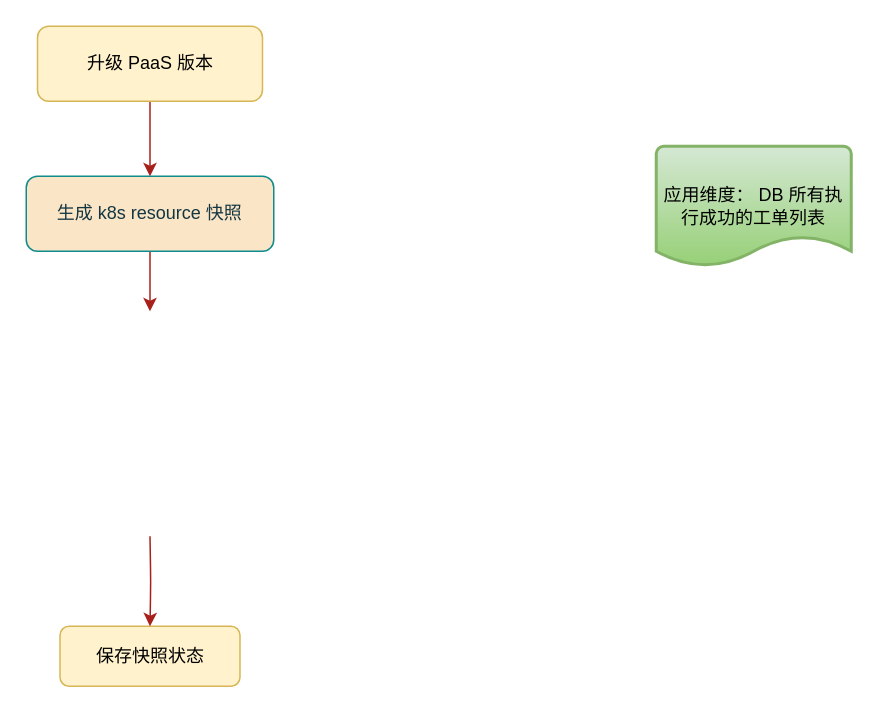
Before: upgrade_paas_flow.drawio in Owenxh/docs, a draw.io diagram. Source tidied: cells renumbered, new cells numbered last; positions are measured from the earlier drawing's top-left corner, leaving out a move shared by most shapes. Both pictures are drawn from the tidied source at 150%, with x=0, y=0 at pixel (26, 26).
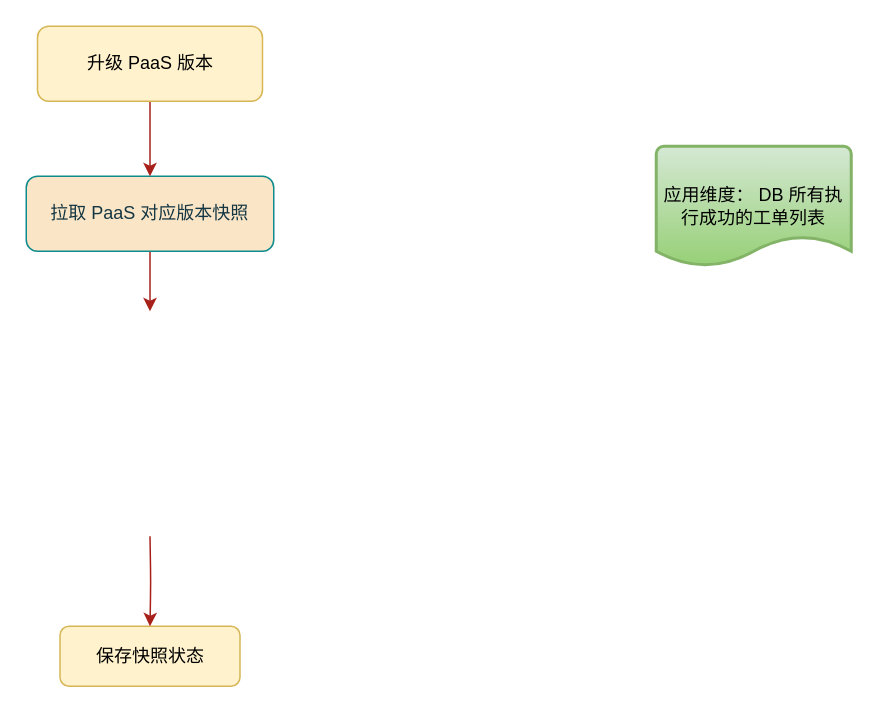
After the change.

The edit, as a diff of the source:
```diff
@@
 <mxGraphModel>
   <root>
     <mxCell id="0" />
     <mxCell id="1" parent="0" />
     <mxCell id="2" value="保存快照状态" style="rounded=1;whiteSpace=wrap;html=1;fontSize=12;glass=0;strokeWidth=1;shadow=0;fillColor=#fff2cc;strokeColor=#d6b656;" parent="1" vertex="1">
       <mxGeometry x="22.5" y="400" width="120" height="40" as="geometry" />
     </mxCell>
     <mxCell id="3" style="edgeStyle=orthogonalEdgeStyle;curved=0;rounded=1;sketch=0;jettySize=auto;html=1;fontColor=#143642;strokeColor=#A8201A;fillColor=#FAE5C7;" parent="1" edge="1" source="4">
       <mxGeometry relative="1" as="geometry">
         <mxPoint x="82.5" y="190" as="targetPoint" />
       </mxGeometry>
     </mxCell>
-    <mxCell id="4" value="生成 k8s resource 快照" style="rounded=1;whiteSpace=wrap;html=1;fontSize=12;glass=0;strokeWidth=1;shadow=0;fillColor=#FAE5C7;strokeColor=#0F8B8D;fontColor=#143642;" parent="1" vertex="1">
+    <mxCell id="4" value="拉取 PaaS 对应版本快照" style="rounded=1;whiteSpace=wrap;html=1;fontSize=12;glass=0;strokeWidth=1;shadow=0;fillColor=#FAE5C7;strokeColor=#0F8B8D;fontColor=#143642;" parent="1" vertex="1">
       <mxGeometry y="100" width="165" height="50" as="geometry" />
     </mxCell>
     <mxCell id="5" style="edgeStyle=orthogonalEdgeStyle;curved=0;rounded=1;sketch=0;jettySize=auto;html=1;fontColor=#143642;strokeColor=#A8201A;fillColor=#FAE5C7;" parent="1" edge="1" target="2">
       <mxGeometry relative="1" as="geometry">
         <mxPoint x="82.5" y="340" as="sourcePoint" />
       </mxGeometry>
     </mxCell>
     <mxCell id="6" style="edgeStyle=orthogonalEdgeStyle;curved=0;rounded=1;sketch=0;jettySize=auto;html=1;fontColor=#143642;strokeColor=#A8201A;fillColor=#FAE5C7;" parent="1" edge="1" source="7" target="4">
       <mxGeometry relative="1" as="geometry" />
     </mxCell>
     <mxCell id="7" value="升级 PaaS 版本" style="rounded=1;whiteSpace=wrap;html=1;fontSize=12;glass=0;strokeWidth=1;shadow=0;fillColor=#fff2cc;strokeColor=#d6b656;" parent="1" vertex="1">
       <mxGeometry x="7.5" width="150" height="50" as="geometry" />
     </mxCell>
     <mxCell id="8" value="应用维度： DB 所有执行成功的工单列表" style="strokeWidth=2;html=1;shape=mxgraph.flowchart.document2;whiteSpace=wrap;size=0.25;rounded=0;sketch=0;fillColor=#d5e8d4;gradientColor=#97d077;strokeColor=#82b366;" parent="1" vertex="1">
       <mxGeometry x="420" y="80" width="130" height="80" as="geometry" />
     </mxCell>
   </root>
 </mxGraphModel>
```
